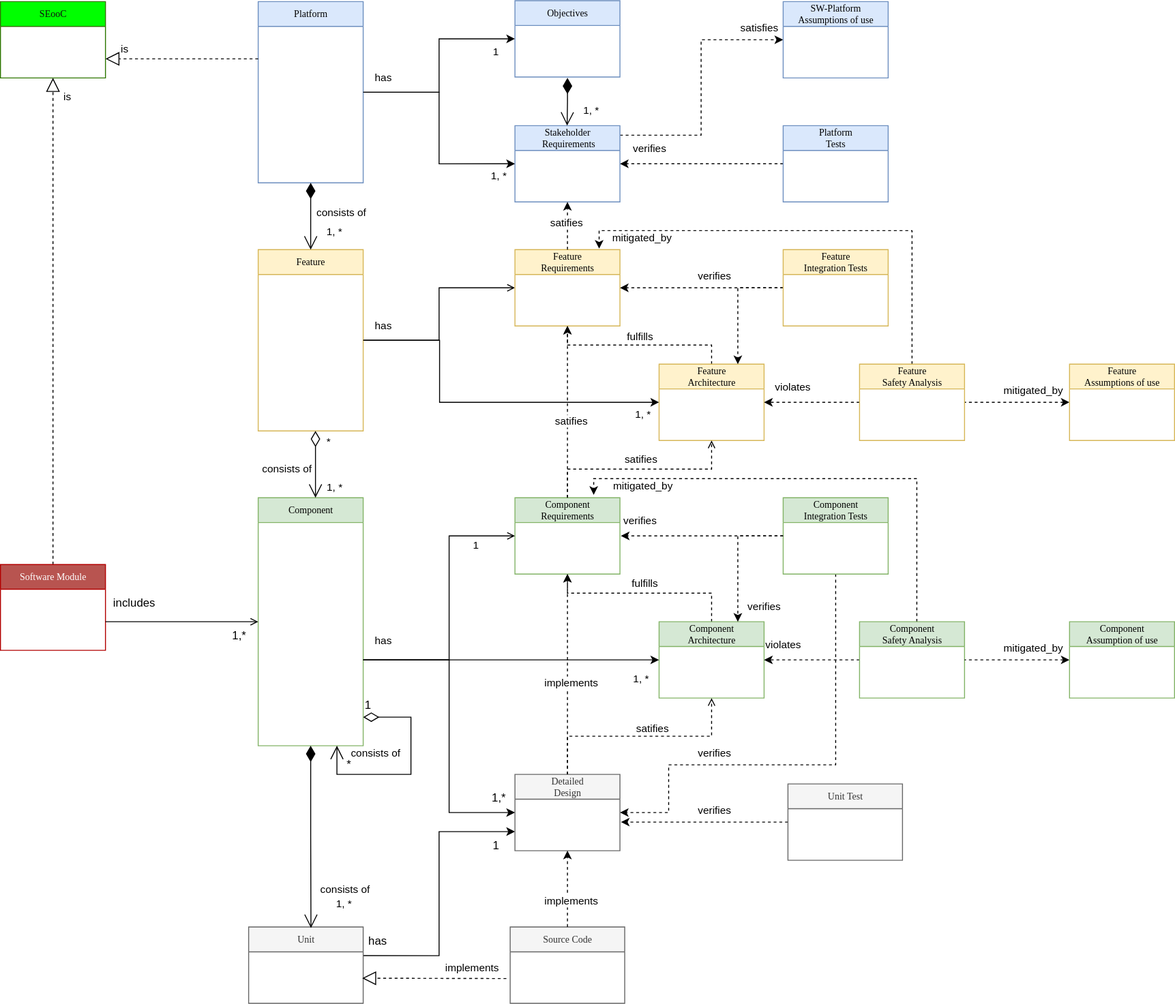
This is pr-233/_images/score_building_blocks_meta_model.drawio.svg from eclipse-score/process_description, a draw.io export, as it was before one commit. Source tidied: cells renumbered, new cells last; positions are measured from the earlier drawing's top-left corner, leaving out a move shared by most shapes.
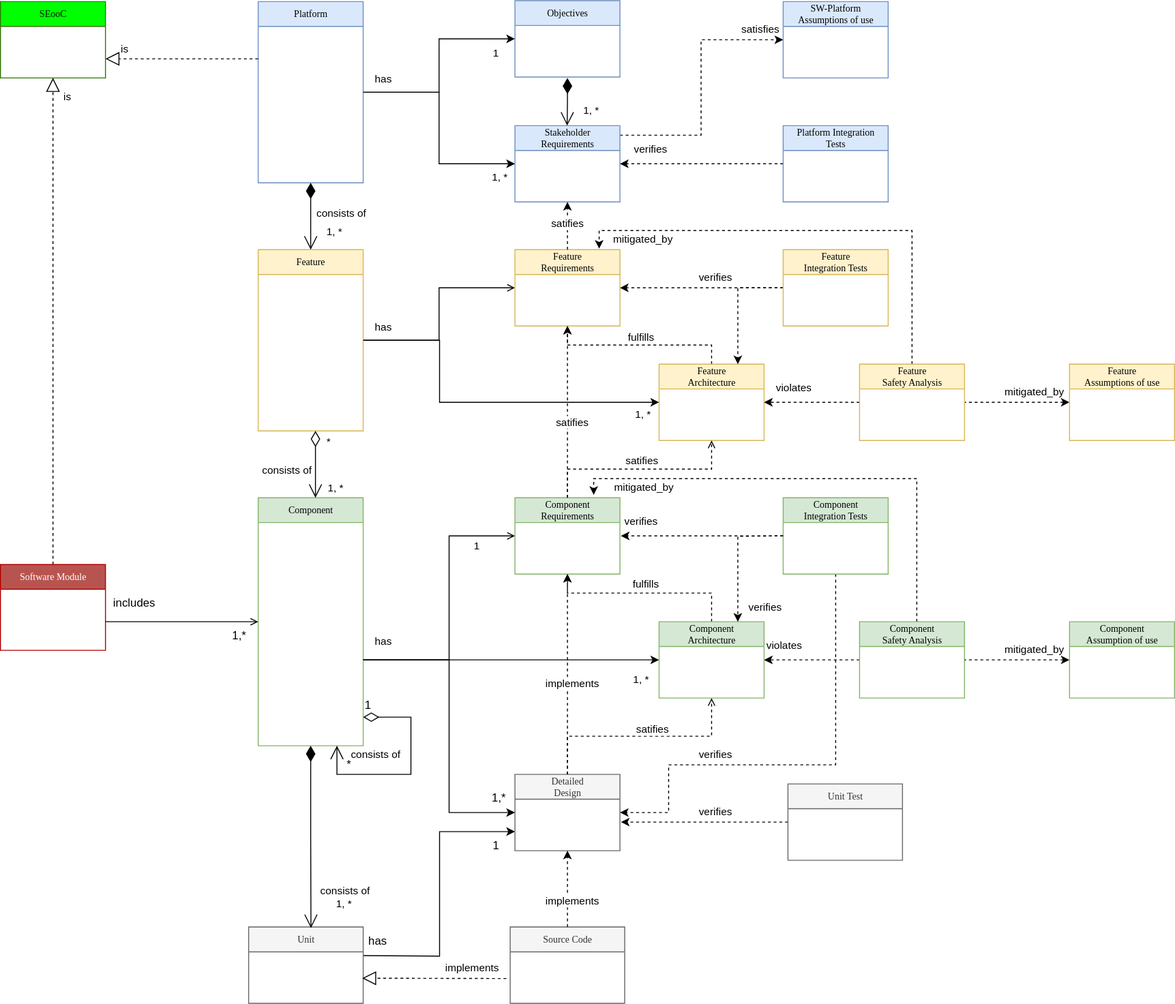
Above is the later version.

The edit, as a diff of the source:
```diff
@@ -334,7 +334,7 @@
     <mxCell id="71" style="edgeStyle=orthogonalEdgeStyle;rounded=0;jettySize=auto;html=1;entryX=1;entryY=0.5;entryDx=0;entryDy=0;dashed=1;" parent="1" edge="1" source="72" target="25">
       <mxGeometry relative="1" as="geometry" />
     </mxCell>
-    <mxCell id="72" value="Platform&lt;br&gt;Tests" style="swimlane;html=1;fontStyle=0;horizontal=1;startSize=26;fillColor=#dae8fc;swimlaneFillColor=#ffffff;rounded=0;shadow=0;comic=0;labelBackgroundColor=none;strokeWidth=1;fontFamily=Verdana;fontSize=10;align=center;strokeColor=#6c8ebf;" parent="1" vertex="1">
+    <mxCell id="72" value="Platform Integration&amp;nbsp;&lt;br&gt;Tests" style="swimlane;html=1;fontStyle=0;horizontal=1;startSize=26;fillColor=#dae8fc;swimlaneFillColor=#ffffff;rounded=0;shadow=0;comic=0;labelBackgroundColor=none;strokeWidth=1;fontFamily=Verdana;fontSize=10;align=center;strokeColor=#6c8ebf;" parent="1" vertex="1">
       <mxGeometry x="820" y="131" width="110" height="80" as="geometry" />
     </mxCell>
     <mxCell id="73" style="edgeStyle=orthogonalEdgeStyle;rounded=0;jettySize=auto;html=1;entryX=1;entryY=0.5;entryDx=0;entryDy=0;dashed=1;" parent="1" edge="1" source="75" target="8">
```
